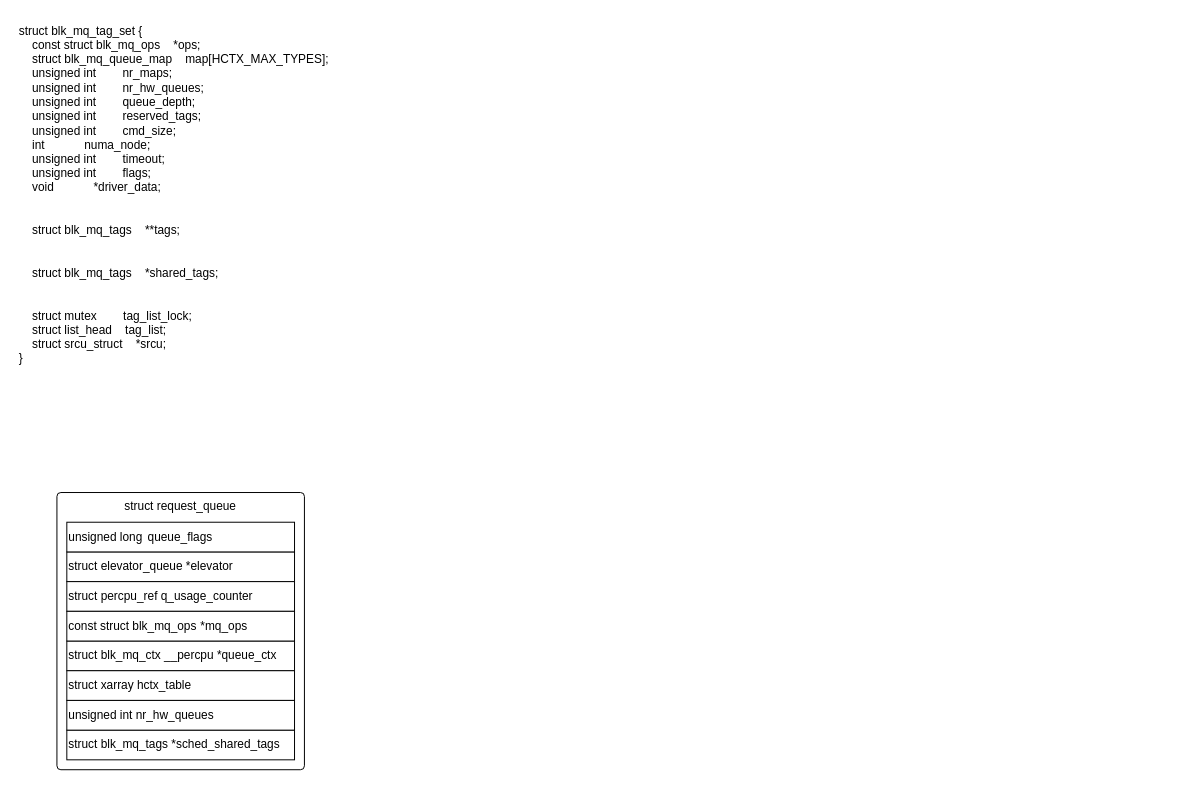
Aspiresky/draw.io keeps this draw.io diagram as page "blk_mq" (3 of 11) of linux/linux_block.drawio. Above is the earlier version. Source tidied: cells renumbered, new cells numbered last; positions are measured from the earlier drawing's top-left corner, leaving out a move shared by most shapes. Both pictures are drawn from the tidied source at 99%, with x=0, y=0 at pixel (17, 17).
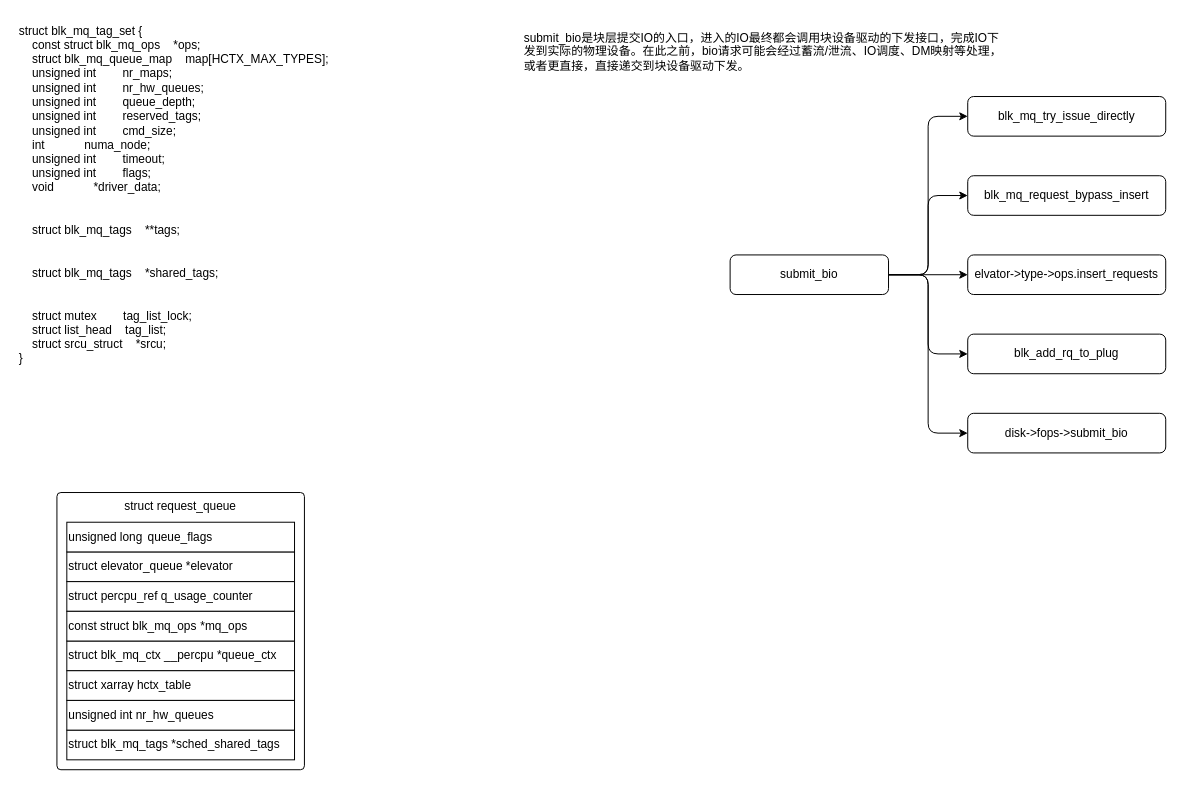
The same page after the edit.

What changed in the source:
```diff
@@
+    <mxCell id="12" style="edgeStyle=orthogonalEdgeStyle;rounded=1;jettySize=auto;html=1;entryX=0;entryY=0.5;entryDx=0;entryDy=0;curved=0;" parent="1" edge="1" source="17" target="18">
+      <mxGeometry relative="1" as="geometry" />
+    </mxCell>
+    <mxCell id="13" style="edgeStyle=orthogonalEdgeStyle;rounded=1;jettySize=auto;html=1;entryX=0;entryY=0.5;entryDx=0;entryDy=0;curved=0;" parent="1" edge="1" source="17" target="19">
+      <mxGeometry relative="1" as="geometry" />
+    </mxCell>
+    <mxCell id="14" style="edgeStyle=orthogonalEdgeStyle;rounded=1;jettySize=auto;html=1;entryX=0;entryY=0.5;entryDx=0;entryDy=0;curved=0;" parent="1" edge="1" source="17" target="20">
+      <mxGeometry relative="1" as="geometry" />
+    </mxCell>
+    <mxCell id="15" style="edgeStyle=orthogonalEdgeStyle;rounded=1;jettySize=auto;html=1;entryX=0;entryY=0.5;entryDx=0;entryDy=0;curved=0;" parent="1" edge="1" source="17" target="21">
+      <mxGeometry relative="1" as="geometry" />
+    </mxCell>
+    <mxCell id="16" style="edgeStyle=orthogonalEdgeStyle;rounded=1;jettySize=auto;html=1;entryX=0;entryY=0.5;entryDx=0;entryDy=0;curved=0;" parent="1" edge="1" source="17" target="22">
+      <mxGeometry relative="1" as="geometry" />
+    </mxCell>
+    <mxCell id="17" value="submit_bio" style="rounded=1;whiteSpace=wrap;html=1;" parent="1" vertex="1">
+      <mxGeometry x="720" y="240" width="160" height="40" as="geometry" />
+    </mxCell>
+    <mxCell id="18" value="blk_mq_try_issue_directly" style="rounded=1;whiteSpace=wrap;html=1;" parent="1" vertex="1">
+      <mxGeometry x="960" y="80" width="200" height="40" as="geometry" />
+    </mxCell>
+    <mxCell id="19" value="blk_mq_request_bypass_insert" style="rounded=1;whiteSpace=wrap;html=1;" parent="1" vertex="1">
+      <mxGeometry x="960" y="160" width="200" height="40" as="geometry" />
+    </mxCell>
+    <mxCell id="20" value="elvator-&amp;gt;type-&amp;gt;ops.insert_requests" style="rounded=1;whiteSpace=wrap;html=1;" parent="1" vertex="1">
+      <mxGeometry x="960" y="240" width="200" height="40" as="geometry" />
+    </mxCell>
+    <mxCell id="21" value="blk_add_rq_to_plug" style="rounded=1;whiteSpace=wrap;html=1;" parent="1" vertex="1">
+      <mxGeometry x="960" y="320" width="200" height="40" as="geometry" />
+    </mxCell>
+    <mxCell id="22" value="disk-&amp;gt;fops-&amp;gt;submit_bio" style="rounded=1;whiteSpace=wrap;html=1;" parent="1" vertex="1">
+      <mxGeometry x="960" y="400" width="200" height="40" as="geometry" />
+    </mxCell>
+    <mxCell id="23" value="submit_bio是块层提交IO的入口，进入的IO最终都会调用块设备驱动的下发接口，完成IO下发到实际的物理设备。在此之前，bio请求可能会经过蓄流/泄流、IO调度、DM映射等处理，或者更直接，直接递交到块设备驱动下发。" style="text;html=1;whiteSpace=wrap;strokeColor=none;fillColor=none;align=left;verticalAlign=middle;rounded=0;" parent="1" vertex="1">
+      <mxGeometry x="510" y="10" width="490" height="50" as="geometry" />
+    </mxCell>
```
